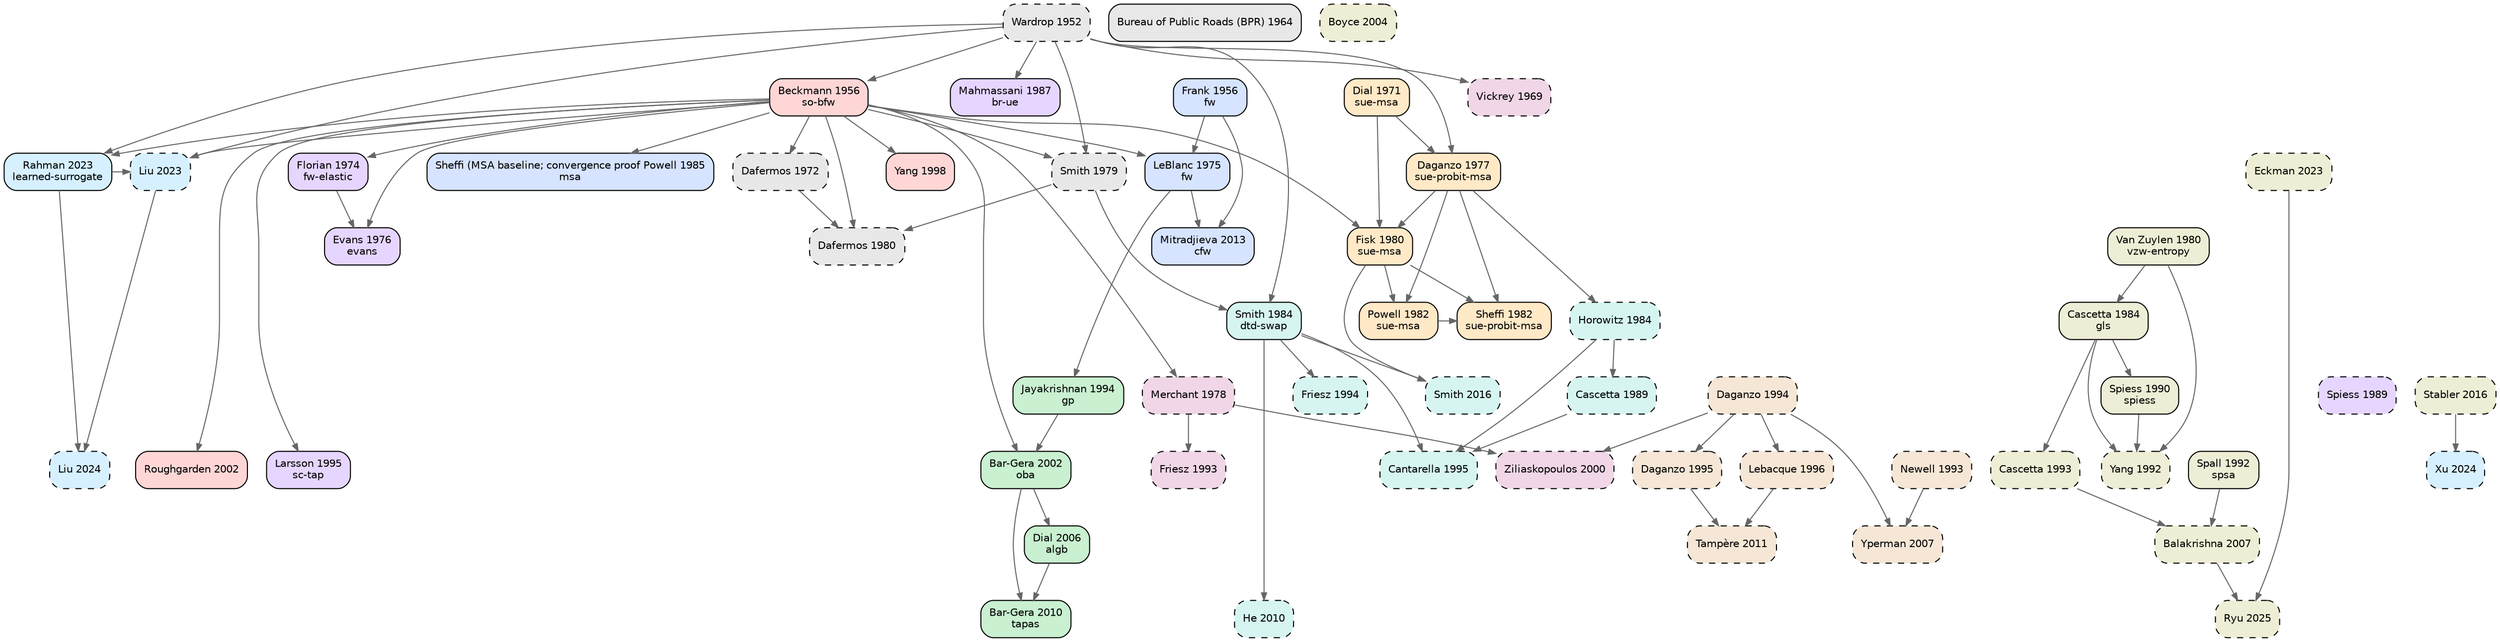
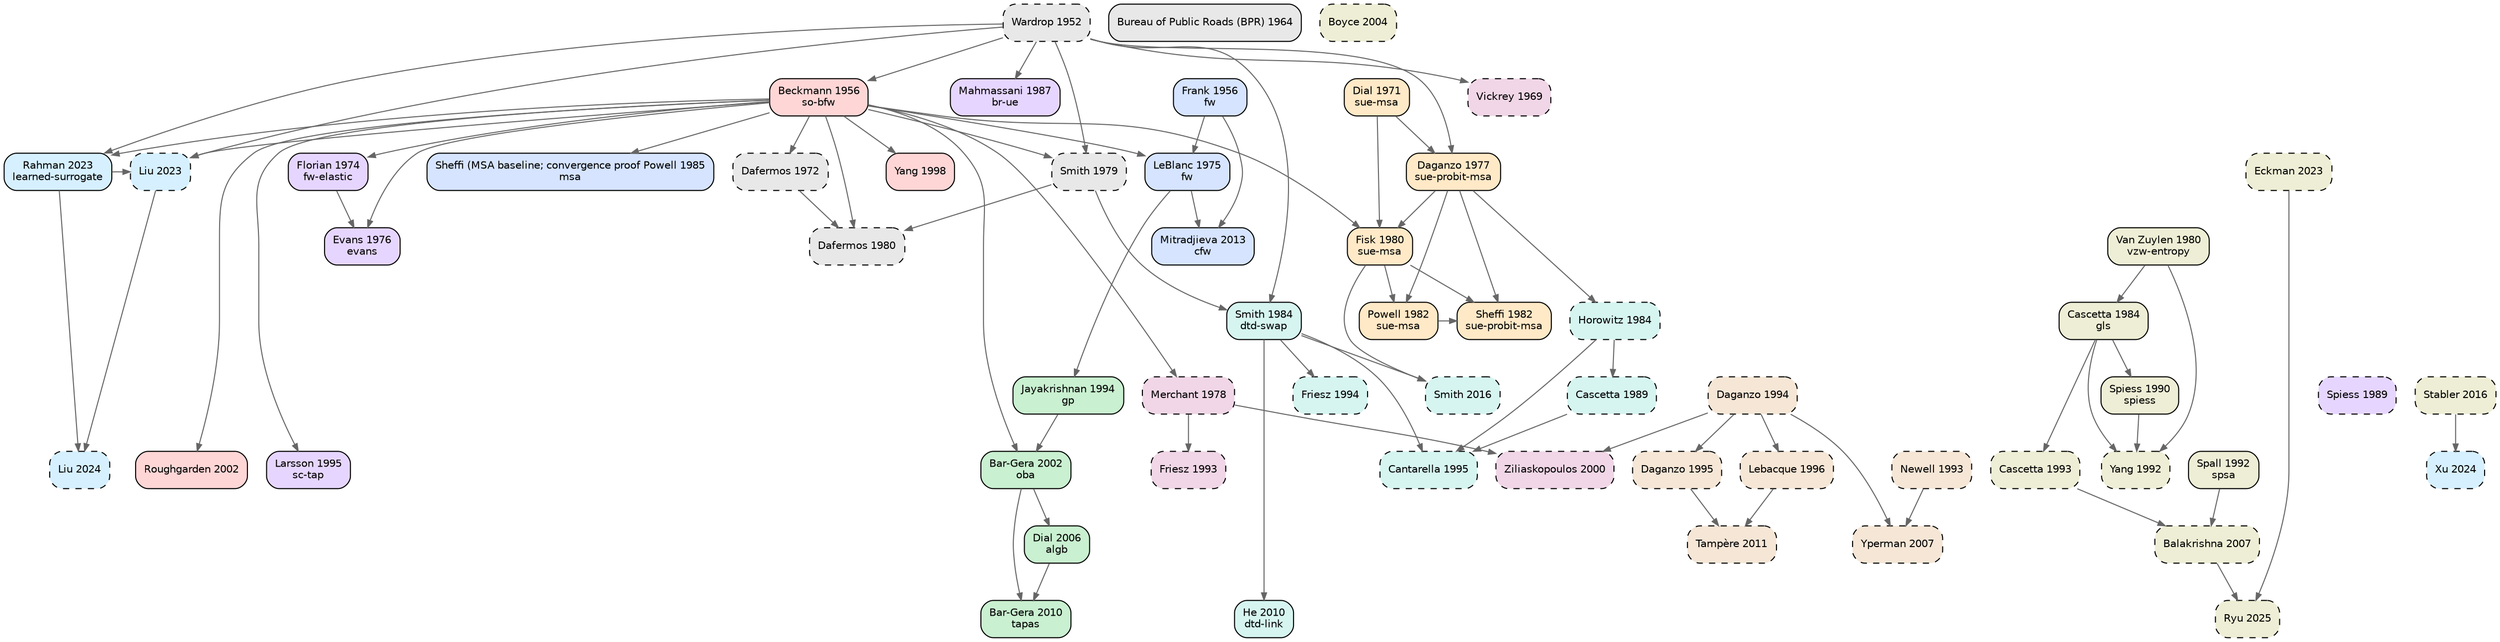
digraph TA_evolution {
  rankdir=TB; node [shape=box,style="rounded,filled",fontname="Helvetica",fontsize=10];
  edge [color="#666666",arrowsize=0.7];
  { rank=same; "wardrop1952some" }
  { rank=same; "frank1956algorithm" "beckmann1956studies" }
  { rank=same; "bpr1964traffic" }
  { rank=same; "vickrey1969congestion" }
  { rank=same; "dial1971probabilistic" }
  { rank=same; "dafermos1972traffic" }
  { rank=same; "florian1974method" }
  { rank=same; "leblanc1975efficient" }
  { rank=same; "evans1976derivation" }
  { rank=same; "daganzo1977stochastic" }
  { rank=same; "merchant1978model" }
  { rank=same; "smith1979existence" }
  { rank=same; "dafermos1980traffic" "fisk1980some" "vanzuylen1980most" }
  { rank=same; "powell1982convergence" "sheffi1982algorithm" }
  { rank=same; "horowitz1984stability" "smith1984stability" "cascetta1984estimation" }
  { rank=same; "sheffi1985urban" }
  { rank=same; "mahmassani1987on" }
  { rank=same; "spiess1989optimal" "cascetta1989stochastic" }
  { rank=same; "spiess1990gradient" }
  { rank=same; "spall1992multivariate" "yang1992estimation" }
  { rank=same; "newell1993simplified" "friesz1993variational" "cascetta1993dynamic" }
  { rank=same; "jayakrishnan1994faster" "friesz1994daytoday" "daganzo1994cell" }
  { rank=same; "larsson1995augmented" "cantarella1995dynamic" "daganzo1995cell" }
  { rank=same; "lebacque1996godunov" }
  { rank=same; "yang1998principle" }
  { rank=same; "ziliaskopoulos2000linear" }
  { rank=same; "bargera2002origin" "roughgarden2002how" }
  { rank=same; "boyce2004convergence" }
  { rank=same; "dial2006path" }
  { rank=same; "yperman2007link" "balakrishna2007offline" }
  { rank=same; "bargera2010traffic" "he2010linkbased" }
  { rank=same; "tampere2011generic" }
  { rank=same; "mitradjieva2013stiff" }
  { rank=same; "smith2016routeswapping" "stabler2016transportation" }
  { rank=same; "liu2023end" "rahman2023data" "eckman2023simopt" }
  { rank=same; "liu2024end" "xu2024unified" }
  { rank=same; "ryu2025bo4mob" }
  "wardrop1952some" [label="Wardrop 1952\n",fillcolor="#e8e8e8",style="rounded,filled,dashed"];
  "bpr1964traffic" [label="Bureau of Public Roads (BPR) 1964\n",fillcolor="#e8e8e8",style="rounded,filled"];
  "dafermos1972traffic" [label="Dafermos 1972\n",fillcolor="#e8e8e8",style="rounded,filled,dashed"];
  "smith1979existence" [label="Smith 1979\n",fillcolor="#e8e8e8",style="rounded,filled,dashed"];
  "dafermos1980traffic" [label="Dafermos 1980\n",fillcolor="#e8e8e8",style="rounded,filled,dashed"];
  "frank1956algorithm" [label="Frank 1956\nfw",fillcolor="#d6e4ff",style="rounded,filled"];
  "leblanc1975efficient" [label="LeBlanc 1975\nfw",fillcolor="#d6e4ff",style="rounded,filled"];
  "sheffi1985urban" [label="Sheffi (MSA baseline; convergence proof Powell 1985\nmsa",fillcolor="#d6e4ff",style="rounded,filled"];
  "mitradjieva2013stiff" [label="Mitradjieva 2013\ncfw",fillcolor="#d6e4ff",style="rounded,filled"];
  "jayakrishnan1994faster" [label="Jayakrishnan 1994\ngp",fillcolor="#c9f0d0",style="rounded,filled"];
  "bargera2002origin" [label="Bar-Gera 2002\noba",fillcolor="#c9f0d0",style="rounded,filled"];
  "dial2006path" [label="Dial 2006\nalgb",fillcolor="#c9f0d0",style="rounded,filled"];
  "bargera2010traffic" [label="Bar-Gera 2010\ntapas",fillcolor="#c9f0d0",style="rounded,filled"];
  "dial1971probabilistic" [label="Dial 1971\nsue-msa",fillcolor="#ffe9c7",style="rounded,filled"];
  "daganzo1977stochastic" [label="Daganzo 1977\nsue-probit-msa",fillcolor="#ffe9c7",style="rounded,filled"];
  "fisk1980some" [label="Fisk 1980\nsue-msa",fillcolor="#ffe9c7",style="rounded,filled"];
  "powell1982convergence" [label="Powell 1982\nsue-msa",fillcolor="#ffe9c7",style="rounded,filled"];
  "sheffi1982algorithm" [label="Sheffi 1982\nsue-probit-msa",fillcolor="#ffe9c7",style="rounded,filled"];
  "beckmann1956studies" [label="Beckmann 1956\nso-bfw",fillcolor="#ffd6d6",style="rounded,filled"];
  "yang1998principle" [label="Yang 1998\n",fillcolor="#ffd6d6",style="rounded,filled"];
  "roughgarden2002how" [label="Roughgarden 2002\n",fillcolor="#ffd6d6",style="rounded,filled"];
  "florian1974method" [label="Florian 1974\nfw-elastic",fillcolor="#e6d6ff",style="rounded,filled"];
  "evans1976derivation" [label="Evans 1976\nevans",fillcolor="#e6d6ff",style="rounded,filled"];
  "mahmassani1987on" [label="Mahmassani 1987\nbr-ue",fillcolor="#e6d6ff",style="rounded,filled"];
  "spiess1989optimal" [label="Spiess 1989\n",fillcolor="#e6d6ff",style="rounded,filled,dashed"];
  "larsson1995augmented" [label="Larsson 1995\nsc-tap",fillcolor="#e6d6ff",style="rounded,filled"];
  "horowitz1984stability" [label="Horowitz 1984\n",fillcolor="#d6f5f0",style="rounded,filled,dashed"];
  "smith1984stability" [label="Smith 1984\ndtd-swap",fillcolor="#d6f5f0",style="rounded,filled"];
  "cascetta1989stochastic" [label="Cascetta 1989\n",fillcolor="#d6f5f0",style="rounded,filled,dashed"];
  "friesz1994daytoday" [label="Friesz 1994\n",fillcolor="#d6f5f0",style="rounded,filled,dashed"];
  "cantarella1995dynamic" [label="Cantarella 1995\n",fillcolor="#d6f5f0",style="rounded,filled,dashed"];
-   "he2010linkbased" [label="He 2010\n",fillcolor="#d6f5f0",style="rounded,filled,dashed"];
+   "he2010linkbased" [label="He 2010\ndtd-link",fillcolor="#d6f5f0",style="rounded,filled"];
  "smith2016routeswapping" [label="Smith 2016\n",fillcolor="#d6f5f0",style="rounded,filled,dashed"];
  "newell1993simplified" [label="Newell 1993\n",fillcolor="#f5e6d6",style="rounded,filled,dashed"];
  "daganzo1994cell" [label="Daganzo 1994\n",fillcolor="#f5e6d6",style="rounded,filled,dashed"];
  "daganzo1995cell" [label="Daganzo 1995\n",fillcolor="#f5e6d6",style="rounded,filled,dashed"];
  "lebacque1996godunov" [label="Lebacque 1996\n",fillcolor="#f5e6d6",style="rounded,filled,dashed"];
  "yperman2007link" [label="Yperman 2007\n",fillcolor="#f5e6d6",style="rounded,filled,dashed"];
  "tampere2011generic" [label="Tampère 2011\n",fillcolor="#f5e6d6",style="rounded,filled,dashed"];
  "vickrey1969congestion" [label="Vickrey 1969\n",fillcolor="#f0d6e6",style="rounded,filled,dashed"];
  "merchant1978model" [label="Merchant 1978\n",fillcolor="#f0d6e6",style="rounded,filled,dashed"];
  "friesz1993variational" [label="Friesz 1993\n",fillcolor="#f0d6e6",style="rounded,filled,dashed"];
  "ziliaskopoulos2000linear" [label="Ziliaskopoulos 2000\n",fillcolor="#f0d6e6",style="rounded,filled,dashed"];
  "liu2023end" [label="Liu 2023\n",fillcolor="#d6f0ff",style="rounded,filled,dashed"];
  "rahman2023data" [label="Rahman 2023\nlearned-surrogate",fillcolor="#d6f0ff",style="rounded,filled"];
  "liu2024end" [label="Liu 2024\n",fillcolor="#d6f0ff",style="rounded,filled,dashed"];
  "xu2024unified" [label="Xu 2024\n",fillcolor="#d6f0ff",style="rounded,filled,dashed"];
  "vanzuylen1980most" [label="Van Zuylen 1980\nvzw-entropy",fillcolor="#eeeed6",style="rounded,filled"];
  "cascetta1984estimation" [label="Cascetta 1984\ngls",fillcolor="#eeeed6",style="rounded,filled"];
  "spiess1990gradient" [label="Spiess 1990\nspiess",fillcolor="#eeeed6",style="rounded,filled"];
  "spall1992multivariate" [label="Spall 1992\nspsa",fillcolor="#eeeed6",style="rounded,filled"];
  "yang1992estimation" [label="Yang 1992\n",fillcolor="#eeeed6",style="rounded,filled,dashed"];
  "cascetta1993dynamic" [label="Cascetta 1993\n",fillcolor="#eeeed6",style="rounded,filled,dashed"];
  "boyce2004convergence" [label="Boyce 2004\n",fillcolor="#eeeed6",style="rounded,filled,dashed"];
  "balakrishna2007offline" [label="Balakrishna 2007\n",fillcolor="#eeeed6",style="rounded,filled,dashed"];
  "stabler2016transportation" [label="Stabler 2016\n",fillcolor="#eeeed6",style="rounded,filled,dashed"];
  "eckman2023simopt" [label="Eckman 2023\n",fillcolor="#eeeed6",style="rounded,filled,dashed"];
  "ryu2025bo4mob" [label="Ryu 2025\n",fillcolor="#eeeed6",style="rounded,filled,dashed"];
  "beckmann1956studies" -> "dafermos1972traffic";
  "wardrop1952some" -> "smith1979existence";
  "beckmann1956studies" -> "smith1979existence";
  "smith1979existence" -> "dafermos1980traffic";
  "beckmann1956studies" -> "dafermos1980traffic";
  "dafermos1972traffic" -> "dafermos1980traffic";
  "frank1956algorithm" -> "leblanc1975efficient";
  "beckmann1956studies" -> "leblanc1975efficient";
  "beckmann1956studies" -> "sheffi1985urban";
  "leblanc1975efficient" -> "mitradjieva2013stiff";
  "frank1956algorithm" -> "mitradjieva2013stiff";
  "leblanc1975efficient" -> "jayakrishnan1994faster";
  "jayakrishnan1994faster" -> "bargera2002origin";
  "beckmann1956studies" -> "bargera2002origin";
  "bargera2002origin" -> "dial2006path";
  "dial2006path" -> "bargera2010traffic";
  "bargera2002origin" -> "bargera2010traffic";
  "dial1971probabilistic" -> "daganzo1977stochastic";
  "wardrop1952some" -> "daganzo1977stochastic";
  "daganzo1977stochastic" -> "fisk1980some";
  "dial1971probabilistic" -> "fisk1980some";
  "beckmann1956studies" -> "fisk1980some";
  "fisk1980some" -> "powell1982convergence";
  "daganzo1977stochastic" -> "powell1982convergence";
  "daganzo1977stochastic" -> "sheffi1982algorithm";
  "powell1982convergence" -> "sheffi1982algorithm";
  "fisk1980some" -> "sheffi1982algorithm";
  "wardrop1952some" -> "beckmann1956studies";
  "beckmann1956studies" -> "yang1998principle";
  "beckmann1956studies" -> "roughgarden2002how";
  "beckmann1956studies" -> "florian1974method";
  "beckmann1956studies" -> "evans1976derivation";
  "florian1974method" -> "evans1976derivation";
  "wardrop1952some" -> "mahmassani1987on";
  "beckmann1956studies" -> "larsson1995augmented";
  "daganzo1977stochastic" -> "horowitz1984stability";
  "smith1979existence" -> "smith1984stability";
  "wardrop1952some" -> "smith1984stability";
  "horowitz1984stability" -> "cascetta1989stochastic";
  "smith1984stability" -> "friesz1994daytoday";
  "cascetta1989stochastic" -> "cantarella1995dynamic";
  "smith1984stability" -> "cantarella1995dynamic";
  "horowitz1984stability" -> "cantarella1995dynamic";
  "smith1984stability" -> "he2010linkbased";
  "smith1984stability" -> "smith2016routeswapping";
  "fisk1980some" -> "smith2016routeswapping";
  "daganzo1994cell" -> "daganzo1995cell";
  "daganzo1994cell" -> "lebacque1996godunov";
  "newell1993simplified" -> "yperman2007link";
  "daganzo1994cell" -> "yperman2007link";
  "daganzo1995cell" -> "tampere2011generic";
  "lebacque1996godunov" -> "tampere2011generic";
  "wardrop1952some" -> "vickrey1969congestion";
  "beckmann1956studies" -> "merchant1978model";
  "merchant1978model" -> "friesz1993variational";
  "merchant1978model" -> "ziliaskopoulos2000linear";
  "daganzo1994cell" -> "ziliaskopoulos2000linear";
  "rahman2023data" -> "liu2023end";
  "beckmann1956studies" -> "liu2023end";
  "wardrop1952some" -> "liu2023end";
  "wardrop1952some" -> "rahman2023data";
  "beckmann1956studies" -> "rahman2023data";
  "rahman2023data" -> "liu2024end";
  "liu2023end" -> "liu2024end";
  "stabler2016transportation" -> "xu2024unified";
  "vanzuylen1980most" -> "cascetta1984estimation";
  "cascetta1984estimation" -> "spiess1990gradient";
  "cascetta1984estimation" -> "yang1992estimation";
  "spiess1990gradient" -> "yang1992estimation";
  "vanzuylen1980most" -> "yang1992estimation";
  "cascetta1984estimation" -> "cascetta1993dynamic";
  "spall1992multivariate" -> "balakrishna2007offline";
  "cascetta1993dynamic" -> "balakrishna2007offline";
  "eckman2023simopt" -> "ryu2025bo4mob";
  "balakrishna2007offline" -> "ryu2025bo4mob";
}
